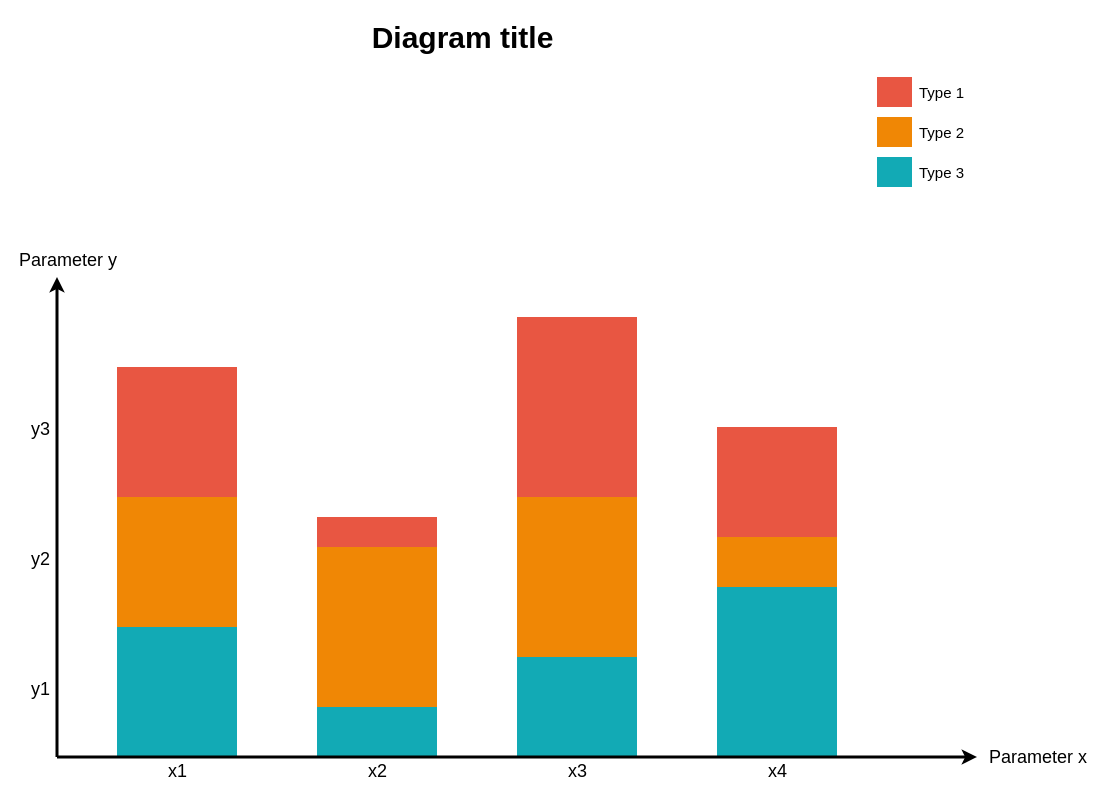
Before: 未命名绘图.drawio in gaochenxi/23_jinsheng, a draw.io diagram. Source tidied: cells renumbered, new cells numbered last; positions are measured from the earlier drawing's top-left corner, leaving out a move shared by most shapes. Both pictures are drawn from the tidied source at 100%, with x=0, y=0 at pixel (17, 16).
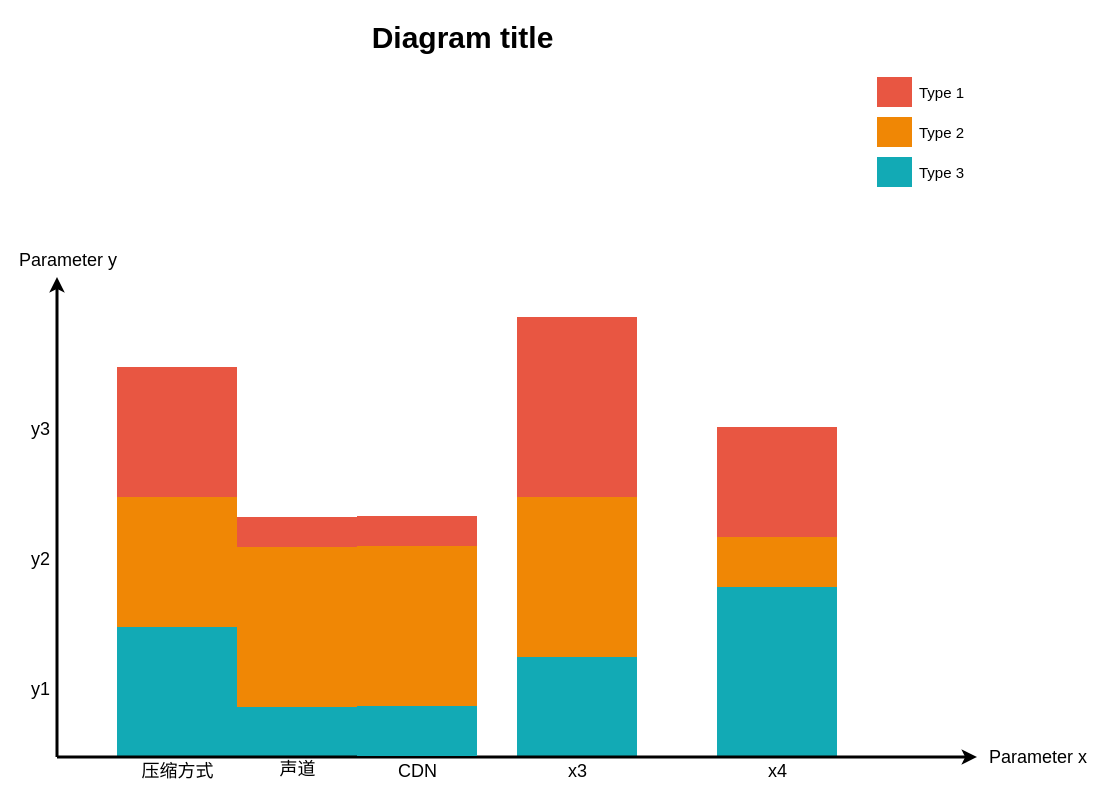
The same page after the edit.

Commit message:
音乐成本优化.drawio

The edit, as a diff of the source:
```diff
@@
-    <mxCell id="2" style="whiteSpace=wrap;fillColor=#12AAB5;gradientColor=none;gradientDirection=east;strokeColor=none;html=1;fontColor=#23445d;" parent="1" vertex="1">
+    <mxCell id="2" style="whiteSpace=wrap;fillColor=#12AAB5;gradientColor=none;gradientDirection=east;strokeColor=none;html=1;fontColor=#23445d;arcSize=12;imageHeight=24;imageAspect=1;" parent="1" vertex="1">
       <mxGeometry x="99.5" y="610.5" width="120" height="130" as="geometry" />
     </mxCell>
     <mxCell id="3" style="whiteSpace=wrap;fillColor=#12AAB5;gradientColor=none;gradientDirection=east;strokeColor=none;html=1;fontColor=#23445d;" parent="1" vertex="1">
-      <mxGeometry x="299.5" y="690.5" width="120" height="50" as="geometry" />
+      <mxGeometry x="219.5" y="690.5" width="120" height="50" as="geometry" />
     </mxCell>
@@
     <mxCell id="9" style="whiteSpace=wrap;fillColor=#F08705;gradientColor=none;gradientDirection=east;strokeColor=none;html=1;fontColor=#23445d;" parent="1" vertex="1">
-      <mxGeometry x="299.5" y="530.5" width="120" height="160" as="geometry" />
+      <mxGeometry x="219.5" y="530.5" width="120" height="160" as="geometry" />
     </mxCell>
     <mxCell id="10" style="whiteSpace=wrap;fillColor=#E85642;gradientColor=none;gradientDirection=east;strokeColor=none;html=1;fontColor=#23445d;" parent="1" vertex="1">
-      <mxGeometry x="299.5" y="500.5" width="120" height="30" as="geometry" />
+      <mxGeometry x="219.5" y="500.5" width="120" height="30" as="geometry" />
     </mxCell>
@@
-    <mxCell id="12" style="whiteSpace=wrap;fillColor=#E85642;gradientColor=none;gradientDirection=east;strokeColor=none;html=1;fontColor=#23445d;" parent="1" vertex="1">
+    <mxCell id="12" style="whiteSpace=wrap;fillColor=#E85642;gradientColor=none;gradientDirection=east;strokeColor=none;html=1;fontColor=#23445d;rounded=0;glass=0;shadow=0;" parent="1" vertex="1">
       <mxGeometry x="499.5" y="300.5" width="120" height="180" as="geometry" />
     </mxCell>
@@
-    <mxCell id="15" value="x1" style="text;spacingTop=-5;align=center;verticalAlign=middle;fontStyle=0;html=1;fontSize=18;strokeColor=none;" parent="1" vertex="1">
+    <mxCell id="15" value="压缩方式" style="text;spacingTop=-5;align=center;verticalAlign=middle;fontStyle=0;html=1;fontSize=18;strokeColor=none;" parent="1" vertex="1">
       <mxGeometry x="99.5" y="742.5" width="120" height="30" as="geometry" />
     </mxCell>
-    <mxCell id="16" value="x2" style="text;spacingTop=-5;align=center;verticalAlign=middle;fontStyle=0;html=1;fontSize=18;strokeColor=none;" parent="1" vertex="1">
-      <mxGeometry x="299.5" y="742.5" width="120" height="30" as="geometry" />
+    <mxCell id="16" value="声道" style="text;spacingTop=-5;align=center;verticalAlign=middle;fontStyle=0;html=1;fontSize=18;strokeColor=none;" parent="1" vertex="1">
+      <mxGeometry x="219.5" y="740.5" width="120" height="30" as="geometry" />
     </mxCell>
@@
-    <mxCell id="30" style="whiteSpace=wrap;fillColor=#E85642;gradientColor=none;gradientDirection=east;strokeColor=none;html=1;fontColor=#23445d;" parent="1" vertex="1">
+    <mxCell id="30" style="whiteSpace=wrap;fillColor=#E85642;gradientColor=none;gradientDirection=east;strokeColor=none;html=1;fontColor=#23445d;arcSize=12;absoluteArcSize=0;" parent="1" vertex="1">
       <mxGeometry x="699.5" y="410.5" width="120" height="110" as="geometry" />
     </mxCell>
@@
+    <mxCell id="32" style="whiteSpace=wrap;fillColor=#12AAB5;gradientColor=none;gradientDirection=east;strokeColor=none;html=1;fontColor=#23445d;" parent="1" vertex="1">
+      <mxGeometry x="339.5" y="689.5" width="120" height="50" as="geometry" />
+    </mxCell>
+    <mxCell id="33" style="whiteSpace=wrap;fillColor=#F08705;gradientColor=none;gradientDirection=east;strokeColor=none;html=1;fontColor=#23445d;" parent="1" vertex="1">
+      <mxGeometry x="339.5" y="529.5" width="120" height="160" as="geometry" />
+    </mxCell>
+    <mxCell id="34" style="whiteSpace=wrap;fillColor=#E85642;gradientColor=none;gradientDirection=east;strokeColor=none;html=1;fontColor=#23445d;" parent="1" vertex="1">
+      <mxGeometry x="339.5" y="499.5" width="120" height="30" as="geometry" />
+    </mxCell>
+    <mxCell id="35" value="CDN" style="text;spacingTop=-5;align=center;verticalAlign=middle;fontStyle=0;html=1;fontSize=18;strokeColor=none;" parent="1" vertex="1">
+      <mxGeometry x="339.5" y="742.5" width="120" height="30" as="geometry" />
+    </mxCell>
```
